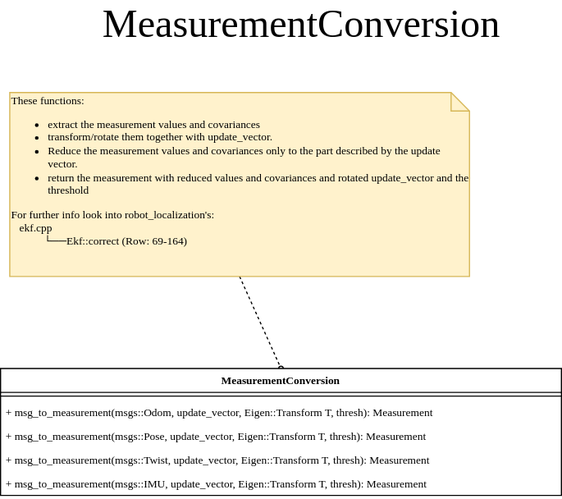
The draw.io diagram design/UML/images/LocalizationFusionLibrary_UML-MeasurementConversions.svg in jotix16/Localization_Fusion_Library, before a commit. Source tidied: cells renumbered, new cells last; positions are measured from the earlier drawing's top-left corner, leaving out a move shared by most shapes. Source of this version:
```xml
<mxGraphModel>
  <root>
    <mxCell id="0" />
    <mxCell id="1" parent="0" />
    <mxCell id="2" style="edgeStyle=none;rounded=0;jumpSize=6;jettySize=auto;html=1;exitX=0.5;exitY=1;exitDx=0;exitDy=0;exitPerimeter=0;strokeWidth=1;dashed=1;fontFamily=Verdana;fontSize=12;labelBackgroundColor=none;endFill=0;endArrow=oval;endSize=5;startFill=0;startSize=5;entryX=0.5;entryY=0;entryDx=0;entryDy=0;" parent="1" edge="1" source="3" target="5">
      <mxGeometry relative="1" as="geometry" />
    </mxCell>
    <mxCell id="3" value="These functions:&lt;br&gt;&lt;ul&gt;&lt;li&gt;&lt;span&gt;extract the measurement values and covariances&lt;/span&gt;&lt;/li&gt;&lt;li&gt;transform/rotate them together with update_vector.&amp;nbsp;&lt;/li&gt;&lt;li&gt;Reduce the measurement values and covariances only to the part described by the update vector.&lt;/li&gt;&lt;li&gt;return the measurement with reduced values and covariances and rotated update_vector and the threshold&lt;/li&gt;&lt;/ul&gt;&lt;div&gt;For further info look into robot_localization's:&lt;/div&gt;&lt;div&gt;&amp;nbsp; &amp;nbsp;ekf.cpp&lt;/div&gt;&lt;div&gt;&lt;font face=&quot;Verdana&quot;&gt;&lt;code&gt;&lt;/code&gt;&lt;code&gt;&amp;nbsp; &amp;nbsp; &amp;nbsp;└&lt;font face=&quot;Verdana&quot;&gt;──&lt;font&gt;Ekf::correct (Row: 69-164)&lt;/font&gt;&lt;/font&gt;&lt;/code&gt;&lt;/font&gt;&lt;/div&gt;&lt;div&gt;&lt;br&gt;&lt;/div&gt;&lt;div&gt;&lt;br&gt;&lt;/div&gt;" style="shape=note;whiteSpace=wrap;html=1;rounded=0;shadow=0;comic=0;labelBackgroundColor=none;strokeWidth=1;fontFamily=Verdana;fontSize=12;align=left;size=20;fillColor=#fff2cc;strokeColor=#d6b656;" parent="1" vertex="1">
      <mxGeometry x="10" y="90" width="500" height="200" as="geometry" />
    </mxCell>
    <mxCell id="4" value="&lt;font color=&quot;#000000&quot; style=&quot;font-size: 43px&quot;&gt;MeasurementConversion&lt;/font&gt;" style="text;html=1;align=center;verticalAlign=middle;fontSize=12;fontColor=#67AB9F;fontFamily=Verdana;" parent="1" vertex="1">
      <mxGeometry x="52" width="550" height="30" as="geometry" />
    </mxCell>
    <mxCell id="5" value="MeasurementConversion" style="swimlane;fontStyle=1;align=center;verticalAlign=top;horizontal=1;startSize=26;fontFamily=Verdana;" parent="1" vertex="1">
      <mxGeometry y="390" width="610" height="138" as="geometry" />
    </mxCell>
    <mxCell id="6" style="line;strokeWidth=1;fillColor=none;align=left;verticalAlign=middle;spacingTop=-1;spacingLeft=3;spacingRight=3;labelPosition=right;fontFamily=Verdana;" parent="5" vertex="1">
      <mxGeometry y="26" width="610" height="8" as="geometry" />
    </mxCell>
    <mxCell id="7" value="+ msg_to_measurement(msgs::Odom, update_vector, Eigen::Transform T, thresh): Measurement" style="text;strokeColor=none;fillColor=none;align=left;verticalAlign=top;spacingLeft=4;spacingRight=4;overflow=hidden;fontFamily=Verdana;" parent="5" vertex="1">
      <mxGeometry y="34" width="610" height="26" as="geometry" />
    </mxCell>
    <mxCell id="8" value="+ msg_to_measurement(msgs::Pose, update_vector, Eigen::Transform T, thresh): Measurement" style="text;strokeColor=none;fillColor=none;align=left;verticalAlign=top;spacingLeft=4;spacingRight=4;overflow=hidden;fontFamily=Verdana;" parent="5" vertex="1">
      <mxGeometry y="60" width="610" height="26" as="geometry" />
    </mxCell>
    <mxCell id="9" value="+ msg_to_measurement(msgs::Twist, update_vector, Eigen::Transform T, thresh): Measurement" style="text;strokeColor=none;fillColor=none;align=left;verticalAlign=top;spacingLeft=4;spacingRight=4;overflow=hidden;fontFamily=Verdana;" parent="5" vertex="1">
      <mxGeometry y="86" width="610" height="26" as="geometry" />
    </mxCell>
    <mxCell id="10" value="+ msg_to_measurement(msgs::IMU, update_vector, Eigen::Transform T, thresh): Measurement" style="text;strokeColor=none;fillColor=none;align=left;verticalAlign=top;spacingLeft=4;spacingRight=4;overflow=hidden;fontFamily=Verdana;" parent="5" vertex="1">
      <mxGeometry y="112" width="610" height="26" as="geometry" />
    </mxCell>
  </root>
</mxGraphModel>
```
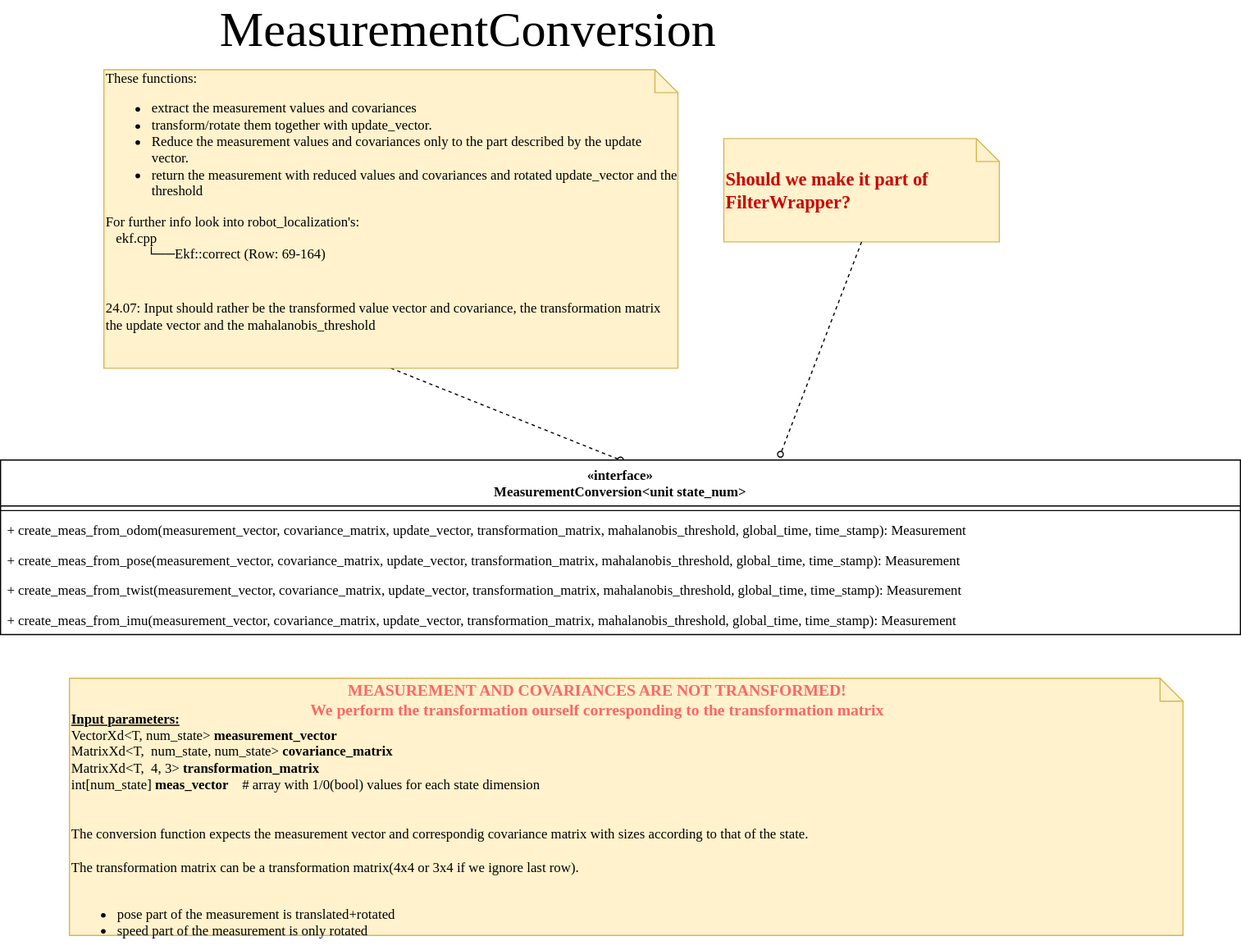
The same file after the commit.

What changed in the source:
```diff
@@ -5,29 +5,41 @@
     <mxCell id="2" style="edgeStyle=none;rounded=0;jumpSize=6;jettySize=auto;html=1;exitX=0.5;exitY=1;exitDx=0;exitDy=0;exitPerimeter=0;strokeWidth=1;dashed=1;fontFamily=Verdana;fontSize=12;labelBackgroundColor=none;endFill=0;endArrow=oval;endSize=5;startFill=0;startSize=5;entryX=0.5;entryY=0;entryDx=0;entryDy=0;" parent="1" edge="1" source="3" target="5">
       <mxGeometry relative="1" as="geometry" />
     </mxCell>
-    <mxCell id="3" value="These functions:&lt;br&gt;&lt;ul&gt;&lt;li&gt;&lt;span&gt;extract the measurement values and covariances&lt;/span&gt;&lt;/li&gt;&lt;li&gt;transform/rotate them together with update_vector.&amp;nbsp;&lt;/li&gt;&lt;li&gt;Reduce the measurement values and covariances only to the part described by the update vector.&lt;/li&gt;&lt;li&gt;return the measurement with reduced values and covariances and rotated update_vector and the threshold&lt;/li&gt;&lt;/ul&gt;&lt;div&gt;For further info look into robot_localization's:&lt;/div&gt;&lt;div&gt;&amp;nbsp; &amp;nbsp;ekf.cpp&lt;/div&gt;&lt;div&gt;&lt;font face=&quot;Verdana&quot;&gt;&lt;code&gt;&lt;/code&gt;&lt;code&gt;&amp;nbsp; &amp;nbsp; &amp;nbsp;└&lt;font face=&quot;Verdana&quot;&gt;──&lt;font&gt;Ekf::correct (Row: 69-164)&lt;/font&gt;&lt;/font&gt;&lt;/code&gt;&lt;/font&gt;&lt;/div&gt;&lt;div&gt;&lt;br&gt;&lt;/div&gt;&lt;div&gt;&lt;br&gt;&lt;/div&gt;" style="shape=note;whiteSpace=wrap;html=1;rounded=0;shadow=0;comic=0;labelBackgroundColor=none;strokeWidth=1;fontFamily=Verdana;fontSize=12;align=left;size=20;fillColor=#fff2cc;strokeColor=#d6b656;" parent="1" vertex="1">
-      <mxGeometry x="10" y="90" width="500" height="200" as="geometry" />
+    <mxCell id="3" value="These functions:&lt;br&gt;&lt;ul&gt;&lt;li&gt;&lt;span&gt;extract the measurement values and covariances&lt;/span&gt;&lt;/li&gt;&lt;li&gt;transform/rotate them together with update_vector.&amp;nbsp;&lt;/li&gt;&lt;li&gt;Reduce the measurement values and covariances only to the part described by the update vector.&lt;/li&gt;&lt;li&gt;return the measurement with reduced values and covariances and rotated update_vector and the threshold&lt;/li&gt;&lt;/ul&gt;&lt;div&gt;For further info look into robot_localization's:&lt;/div&gt;&lt;div&gt;&amp;nbsp; &amp;nbsp;ekf.cpp&lt;/div&gt;&lt;div&gt;&lt;font face=&quot;Verdana&quot;&gt;&lt;code&gt;&lt;/code&gt;&lt;code&gt;&amp;nbsp; &amp;nbsp; &amp;nbsp;└&lt;font face=&quot;Verdana&quot;&gt;──&lt;font&gt;Ekf::correct (Row: 69-164)&lt;/font&gt;&lt;/font&gt;&lt;/code&gt;&lt;/font&gt;&lt;/div&gt;&lt;div&gt;&lt;font face=&quot;Verdana&quot;&gt;&lt;code&gt;&lt;font face=&quot;Verdana&quot;&gt;&lt;font&gt;&lt;br&gt;&lt;/font&gt;&lt;/font&gt;&lt;/code&gt;&lt;/font&gt;&lt;/div&gt;&lt;div&gt;&lt;font face=&quot;Verdana&quot;&gt;&lt;code&gt;&lt;font face=&quot;Verdana&quot;&gt;&lt;font&gt;&lt;br&gt;&lt;/font&gt;&lt;/font&gt;&lt;/code&gt;&lt;/font&gt;&lt;/div&gt;&lt;div&gt;&lt;font face=&quot;Verdana&quot;&gt;&lt;code&gt;&lt;font face=&quot;Verdana&quot;&gt;&lt;font&gt;24.07: Input should rather be the transformed value vector and covariance, the transformation matrix the update vector and the mahalanobis_threshold&lt;/font&gt;&lt;/font&gt;&lt;/code&gt;&lt;/font&gt;&lt;/div&gt;&lt;div&gt;&lt;br&gt;&lt;/div&gt;&lt;div&gt;&lt;br&gt;&lt;/div&gt;" style="shape=note;whiteSpace=wrap;html=1;rounded=0;shadow=0;comic=0;labelBackgroundColor=none;strokeWidth=1;fontFamily=Verdana;fontSize=12;align=left;size=20;fillColor=#fff2cc;strokeColor=#d6b656;" parent="1" vertex="1">
+      <mxGeometry x="10" y="50" width="500" height="260" as="geometry" />
     </mxCell>
     <mxCell id="4" value="&lt;font color=&quot;#000000&quot; style=&quot;font-size: 43px&quot;&gt;MeasurementConversion&lt;/font&gt;" style="text;html=1;align=center;verticalAlign=middle;fontSize=12;fontColor=#67AB9F;fontFamily=Verdana;" parent="1" vertex="1">
       <mxGeometry x="52" width="550" height="30" as="geometry" />
     </mxCell>
+    <mxCell id="11" value="&lt;br&gt;&lt;br&gt;&lt;br&gt;&lt;b&gt;&lt;u&gt;Input parameters:&lt;br&gt;&lt;/u&gt;&lt;/b&gt;VectorXd&amp;lt;T, num_state&amp;gt;&amp;nbsp;&lt;span&gt;&lt;b&gt;measurement_vector&lt;/b&gt;&lt;/span&gt;&lt;br&gt;MatrixXd&amp;lt;T,&amp;nbsp; num_state, num_state&amp;gt;&lt;b&gt; covariance_matrix&lt;/b&gt;&lt;br&gt;MatrixXd&amp;lt;T,&amp;nbsp; 4, 3&amp;gt;&lt;b&gt;&amp;nbsp;transformation_matrix&lt;br&gt;&lt;/b&gt;int[num_state]&amp;nbsp;&lt;b&gt;meas_vector&amp;nbsp; &amp;nbsp; &lt;/b&gt;# array with 1/0(bool) values for each state dimension&lt;br&gt;&lt;br&gt;&lt;br&gt;The conversion function expects the measurement vector and correspondig covariance matrix with sizes according to that of the state.&lt;br&gt;&lt;br&gt;The transformation matrix can be a transformation matrix(4x4 or 3x4 if we ignore last row).&amp;nbsp;&lt;br&gt;&lt;br&gt;&lt;ul&gt;&lt;li&gt;pose part of the measurement is translated+rotated&lt;/li&gt;&lt;li&gt;speed part of the measurement is only rotated&lt;/li&gt;&lt;/ul&gt;" style="shape=note;whiteSpace=wrap;html=1;rounded=0;shadow=0;comic=0;labelBackgroundColor=none;strokeWidth=1;fontFamily=Verdana;fontSize=12;align=left;size=20;fillColor=#fff2cc;strokeColor=#d6b656;" parent="1" vertex="1">
+      <mxGeometry x="-20" y="580" width="970" height="224" as="geometry" />
+    </mxCell>
+    <mxCell id="12" value="&lt;span style=&quot;font-size: 14px&quot;&gt;&lt;b&gt;&lt;font color=&quot;#ff6666&quot;&gt;MEASUREMENT AND COVARIANCES ARE NOT TRANSFORMED!&lt;br&gt;We perform the transformation ourself corresponding to the transformation matrix&lt;/font&gt;&lt;br&gt;&lt;/b&gt;&lt;/span&gt;" style="text;html=1;strokeColor=none;fillColor=none;align=center;verticalAlign=middle;whiteSpace=wrap;rounded=0;fontFamily=Verdana;" parent="1" vertex="1">
+      <mxGeometry x="80" y="590" width="720" height="20" as="geometry" />
+    </mxCell>
-    <mxCell id="5" value="MeasurementConversion" style="swimlane;fontStyle=1;align=center;verticalAlign=top;horizontal=1;startSize=26;fontFamily=Verdana;" parent="1" vertex="1">
-      <mxGeometry y="390" width="610" height="138" as="geometry" />
+    <mxCell id="5" value="«interface»&#10;MeasurementConversion&lt;unit state_num&gt;" style="swimlane;fontStyle=1;align=center;verticalAlign=top;horizontal=1;startSize=40;fontFamily=Verdana;" parent="1" vertex="1">
+      <mxGeometry x="-80" y="390" width="1080" height="152" as="geometry" />
     </mxCell>
     <mxCell id="6" style="line;strokeWidth=1;fillColor=none;align=left;verticalAlign=middle;spacingTop=-1;spacingLeft=3;spacingRight=3;labelPosition=right;fontFamily=Verdana;" parent="5" vertex="1">
-      <mxGeometry y="26" width="610" height="8" as="geometry" />
+      <mxGeometry y="40" width="1080" height="8" as="geometry" />
     </mxCell>
-    <mxCell id="7" value="+ msg_to_measurement(msgs::Odom, update_vector, Eigen::Transform T, thresh): Measurement" style="text;strokeColor=none;fillColor=none;align=left;verticalAlign=top;spacingLeft=4;spacingRight=4;overflow=hidden;fontFamily=Verdana;" parent="5" vertex="1">
-      <mxGeometry y="34" width="610" height="26" as="geometry" />
+    <mxCell id="7" value="+ create_meas_from_odom(measurement_vector, covariance_matrix, update_vector, transformation_matrix, mahalanobis_threshold, global_time, time_stamp): Measurement" style="text;strokeColor=none;fillColor=none;align=left;verticalAlign=top;spacingLeft=4;spacingRight=4;overflow=hidden;fontFamily=Verdana;" parent="5" vertex="1">
+      <mxGeometry y="48" width="1080" height="26" as="geometry" />
     </mxCell>
-    <mxCell id="8" value="+ msg_to_measurement(msgs::Pose, update_vector, Eigen::Transform T, thresh): Measurement" style="text;strokeColor=none;fillColor=none;align=left;verticalAlign=top;spacingLeft=4;spacingRight=4;overflow=hidden;fontFamily=Verdana;" parent="5" vertex="1">
-      <mxGeometry y="60" width="610" height="26" as="geometry" />
-    </mxCell>
-    <mxCell id="9" value="+ msg_to_measurement(msgs::Twist, update_vector, Eigen::Transform T, thresh): Measurement" style="text;strokeColor=none;fillColor=none;align=left;verticalAlign=top;spacingLeft=4;spacingRight=4;overflow=hidden;fontFamily=Verdana;" parent="5" vertex="1">
-      <mxGeometry y="86" width="610" height="26" as="geometry" />
-    </mxCell>
-    <mxCell id="10" value="+ msg_to_measurement(msgs::IMU, update_vector, Eigen::Transform T, thresh): Measurement" style="text;strokeColor=none;fillColor=none;align=left;verticalAlign=top;spacingLeft=4;spacingRight=4;overflow=hidden;fontFamily=Verdana;" parent="5" vertex="1">
-      <mxGeometry y="112" width="610" height="26" as="geometry" />
-    </mxCell>
+    <mxCell id="13" value="+ create_meas_from_pose(measurement_vector, covariance_matrix, update_vector, transformation_matrix, mahalanobis_threshold, global_time, time_stamp): Measurement" style="text;strokeColor=none;fillColor=none;align=left;verticalAlign=top;spacingLeft=4;spacingRight=4;overflow=hidden;fontFamily=Verdana;" parent="5" vertex="1">
+      <mxGeometry y="74" width="1080" height="26" as="geometry" />
+    </mxCell>
+    <mxCell id="14" value="+ create_meas_from_twist(measurement_vector, covariance_matrix, update_vector, transformation_matrix, mahalanobis_threshold, global_time, time_stamp): Measurement" style="text;strokeColor=none;fillColor=none;align=left;verticalAlign=top;spacingLeft=4;spacingRight=4;overflow=hidden;fontFamily=Verdana;" parent="5" vertex="1">
+      <mxGeometry y="100" width="1080" height="26" as="geometry" />
+    </mxCell>
+    <mxCell id="15" value="+ create_meas_from_imu(measurement_vector, covariance_matrix, update_vector, transformation_matrix, mahalanobis_threshold, global_time, time_stamp): Measurement" style="text;strokeColor=none;fillColor=none;align=left;verticalAlign=top;spacingLeft=4;spacingRight=4;overflow=hidden;fontFamily=Verdana;" parent="5" vertex="1">
+      <mxGeometry y="126" width="1080" height="26" as="geometry" />
+    </mxCell>
+    <mxCell id="16" value="&lt;font style=&quot;font-size: 16px&quot; color=&quot;#cc0000&quot;&gt;&lt;b&gt;Should we make it part of FilterWrapper?&lt;/b&gt;&lt;/font&gt;" style="shape=note;whiteSpace=wrap;html=1;rounded=0;shadow=0;comic=0;labelBackgroundColor=none;strokeWidth=1;fontFamily=Verdana;fontSize=12;align=left;size=20;fillColor=#fff2cc;strokeColor=#d6b656;" parent="1" vertex="1">
+      <mxGeometry x="550" y="110" width="240" height="90" as="geometry" />
+    </mxCell>
+    <mxCell id="17" style="edgeStyle=none;rounded=0;jumpSize=6;jettySize=auto;html=1;exitX=0.5;exitY=1;exitDx=0;exitDy=0;exitPerimeter=0;strokeWidth=1;dashed=1;fontFamily=Verdana;fontSize=12;labelBackgroundColor=none;endFill=0;endArrow=oval;endSize=5;startFill=0;startSize=5;entryX=0.629;entryY=-0.033;entryDx=0;entryDy=0;entryPerimeter=0;" parent="1" edge="1" source="16" target="5">
+      <mxGeometry relative="1" as="geometry" />
+    </mxCell>
   </root>
 </mxGraphModel>
```
